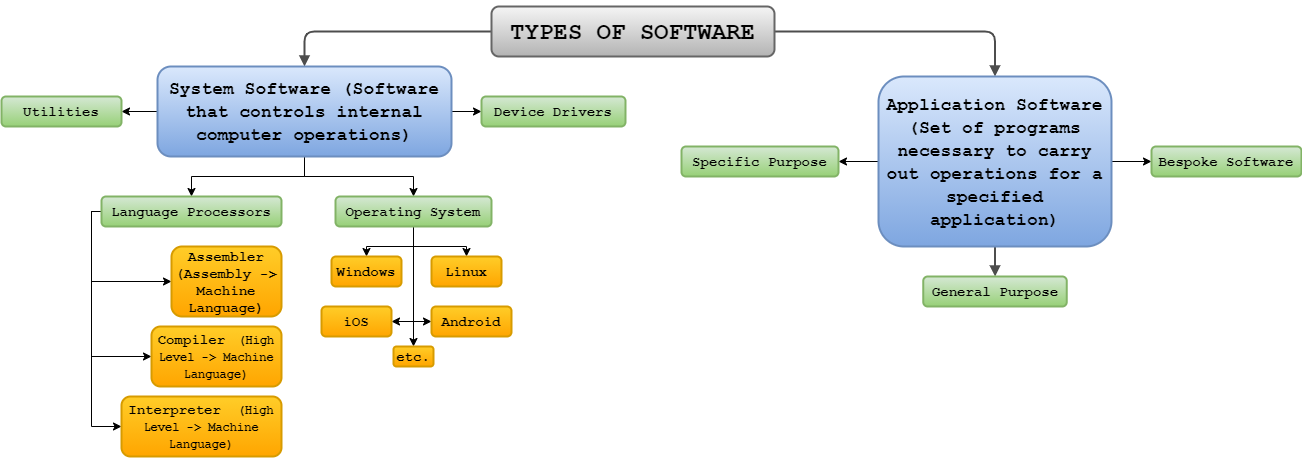
This is CA_practical_asignment.png from JXTK/app.diagrams.net, a draw.io export, as it was before one commit. Source tidied: cells renumbered, new cells last; positions are measured from the earlier drawing's top-left corner, leaving out a move shared by most shapes.
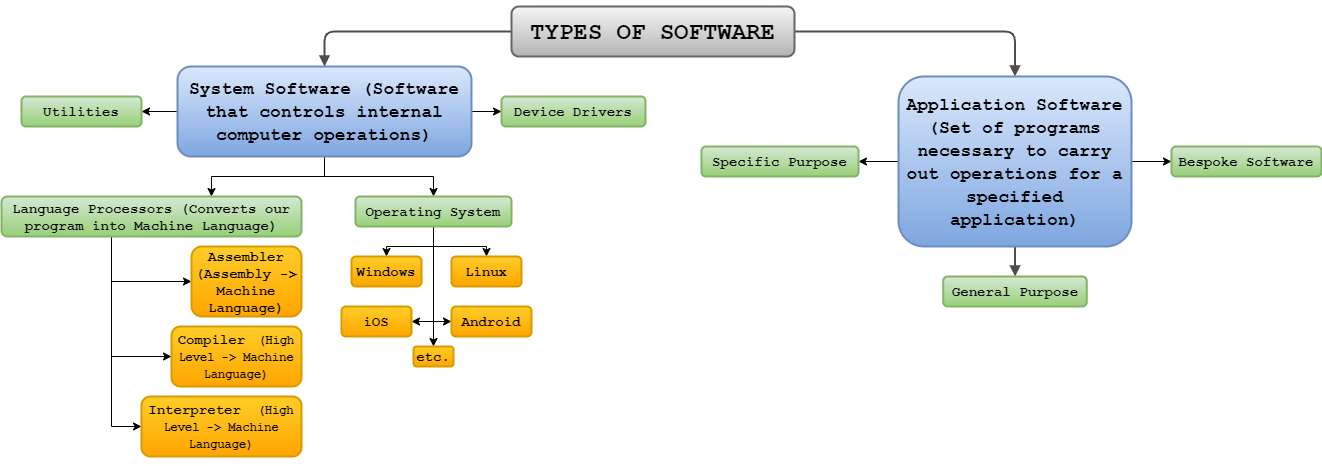
After the commit.

The edit, as a diff of the source:
```diff
@@ -110,8 +110,8 @@
         </Array>
       </mxGeometry>
     </mxCell>
-    <mxCell id="27" value="&lt;h3&gt;&lt;font face=&quot;Courier New&quot;&gt;Language Processors&lt;/font&gt;&lt;/h3&gt;" style="whiteSpace=wrap;html=1;rounded=1;shadow=0;comic=0;strokeWidth=2;fontFamily=Verdana;align=center;fontSize=12;fontStyle=1;gradientColor=#97d077;fillColor=#d5e8d4;strokeColor=#82b366;" parent="1" vertex="1">
-      <mxGeometry x="100" y="190" width="180" height="30" as="geometry" />
+    <mxCell id="27" value="&lt;h3&gt;&lt;font face=&quot;Courier New&quot;&gt;Language Processors (Converts our program into Machine Language)&lt;/font&gt;&lt;/h3&gt;" style="whiteSpace=wrap;html=1;rounded=1;shadow=0;comic=0;strokeWidth=2;fontFamily=Verdana;align=center;fontSize=12;fontStyle=1;gradientColor=#97d077;fillColor=#d5e8d4;strokeColor=#82b366;" parent="1" vertex="1">
+      <mxGeometry x="-20" y="190" width="300" height="40" as="geometry" />
     </mxCell>
     <mxCell id="28" value="&lt;h3&gt;&lt;font face=&quot;Courier New&quot;&gt;Utilities&lt;/font&gt;&lt;/h3&gt;" style="whiteSpace=wrap;html=1;rounded=1;shadow=0;comic=0;strokeWidth=2;fontFamily=Verdana;align=center;fontSize=12;fontStyle=1;gradientColor=#97d077;fillColor=#d5e8d4;strokeColor=#82b366;" parent="1" vertex="1">
       <mxGeometry y="90" width="120" height="30" as="geometry" />
```
